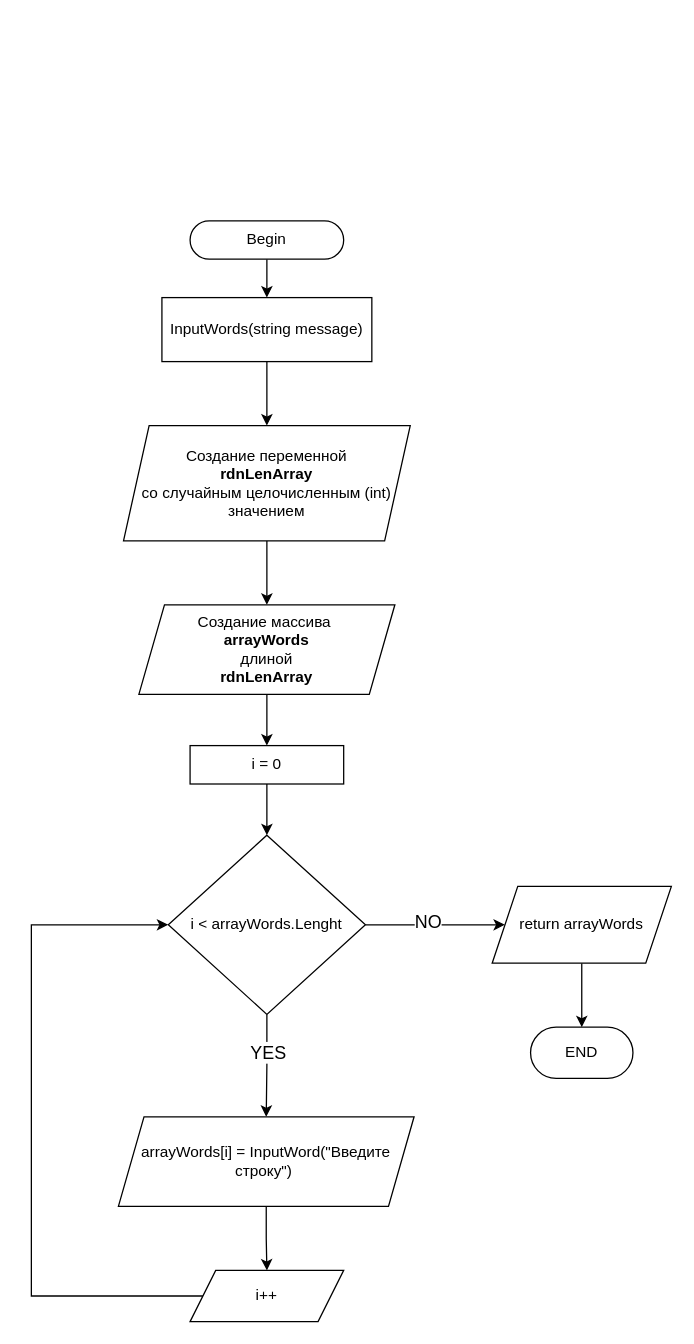
The draw.io diagram Создание массива.drawio in Grandhald/final_work_on_the_main_block, before the edit. Source tidied: cells renumbered, new cells numbered last; positions are measured from the earlier drawing's top-left corner, leaving out a move shared by most shapes. Both pictures are drawn from the tidied source at 128%, with x=0, y=0 at pixel (31, 220).
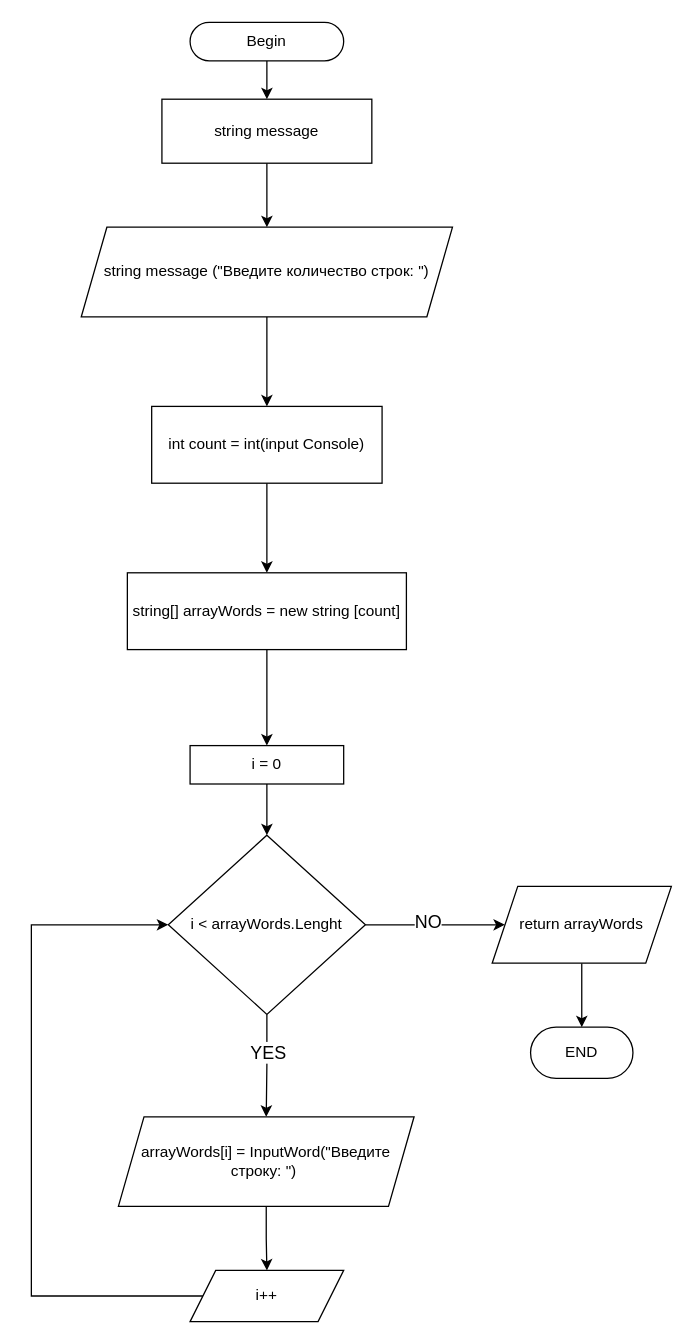
The same diagram, later.

Commit message:
changing the scheme of the algorithm according to the code

The change refers to these unchanged cells:
```xml
<mxCell id="9" value="i = 0" style="rounded=0;whiteSpace=wrap;html=1;" parent="1" vertex="1">
  <mxGeometry x="124" y="410" width="120" height="30" as="geometry" />
</mxCell>
```

The edit, as a diff of the source:
```diff
@@
     <mxCell id="3" value="Begin" style="rounded=1;whiteSpace=wrap;html=1;arcSize=50;" parent="1" vertex="1">
-      <mxGeometry x="124" width="120" height="30" as="geometry" />
+      <mxGeometry x="124" y="-155" width="120" height="30" as="geometry" />
     </mxCell>
-    <mxCell id="4" style="edgeStyle=orthogonalEdgeStyle;rounded=0;jettySize=auto;html=1;exitX=0.5;exitY=1;exitDx=0;exitDy=0;entryX=0.5;entryY=0;entryDx=0;entryDy=0;" parent="1" edge="1" source="5" target="7">
-      <mxGeometry relative="1" as="geometry" />
-    </mxCell>
+    <mxCell id="24" style="edgeStyle=orthogonalEdgeStyle;rounded=0;jettySize=auto;html=1;exitX=0.5;exitY=1;exitDx=0;exitDy=0;entryX=0.5;entryY=0;entryDx=0;entryDy=0;" parent="1" edge="1" source="5" target="26">
+      <mxGeometry relative="1" as="geometry" />
+    </mxCell>
-    <mxCell id="5" value="Создание переменной&lt;br&gt;&lt;b&gt;rdnLenArray&lt;/b&gt;&lt;br&gt;со случайным целочисленным (int)&lt;br&gt;значением" style="shape=parallelogram;perimeter=parallelogramPerimeter;whiteSpace=wrap;html=1;fixedSize=1;" parent="1" vertex="1">
-      <mxGeometry x="72" y="160" width="224" height="90" as="geometry" />
+    <mxCell id="5" value="string message (&quot;Введите количество строк: &quot;)" style="shape=parallelogram;perimeter=parallelogramPerimeter;whiteSpace=wrap;html=1;fixedSize=1;" parent="1" vertex="1">
+      <mxGeometry x="39" y="5" width="290" height="70" as="geometry" />
     </mxCell>
-    <mxCell id="6" style="edgeStyle=orthogonalEdgeStyle;rounded=0;jettySize=auto;html=1;exitX=0.5;exitY=1;exitDx=0;exitDy=0;" parent="1" edge="1" source="7" target="9">
-      <mxGeometry relative="1" as="geometry" />
-    </mxCell>
-    <mxCell id="7" value="Создание массива&amp;nbsp;&lt;br&gt;&lt;b&gt;arrayWords&lt;br&gt;&lt;/b&gt;длиной&lt;br&gt;&lt;b&gt;rdnLenArray&lt;/b&gt;" style="shape=parallelogram;perimeter=parallelogramPerimeter;whiteSpace=wrap;html=1;fixedSize=1;" parent="1" vertex="1">
-      <mxGeometry x="84" y="300" width="200" height="70" as="geometry" />
-    </mxCell>
@@
-    <mxCell id="16" value="arrayWords[i] = InputWord(&quot;Введите строку&quot;)&amp;nbsp;" style="shape=parallelogram;perimeter=parallelogramPerimeter;whiteSpace=wrap;html=1;fixedSize=1;" parent="1" vertex="1">
+    <mxCell id="16" value="arrayWords[i] = InputWord(&quot;Введите строку: &quot;)&amp;nbsp;" style="shape=parallelogram;perimeter=parallelogramPerimeter;whiteSpace=wrap;html=1;fixedSize=1;" parent="1" vertex="1">
       <mxGeometry x="68" y="700" width="231" height="70" as="geometry" />
     </mxCell>
@@
-    <mxCell id="18" value="InputWords(string message)" style="rounded=0;whiteSpace=wrap;html=1;" parent="1" vertex="1">
-      <mxGeometry x="102" y="60" width="164" height="50" as="geometry" />
+    <mxCell id="18" value="string message" style="rounded=0;whiteSpace=wrap;html=1;" parent="1" vertex="1">
+      <mxGeometry x="102" y="-95" width="164" height="50" as="geometry" />
     </mxCell>
@@
+    <mxCell id="25" style="edgeStyle=orthogonalEdgeStyle;rounded=0;jettySize=auto;html=1;exitX=0.5;exitY=1;exitDx=0;exitDy=0;entryX=0.5;entryY=0;entryDx=0;entryDy=0;" parent="1" edge="1" source="26" target="28">
+      <mxGeometry relative="1" as="geometry" />
+    </mxCell>
+    <mxCell id="26" value="int count = int(input Console)" style="rounded=0;whiteSpace=wrap;html=1;" parent="1" vertex="1">
+      <mxGeometry x="94" y="145" width="180" height="60" as="geometry" />
+    </mxCell>
+    <mxCell id="27" style="edgeStyle=orthogonalEdgeStyle;rounded=0;jettySize=auto;html=1;exitX=0.5;exitY=1;exitDx=0;exitDy=0;entryX=0.5;entryY=0;entryDx=0;entryDy=0;" parent="1" edge="1" source="28" target="9">
+      <mxGeometry relative="1" as="geometry" />
+    </mxCell>
+    <mxCell id="28" value="string[] arrayWords = new string [count]" style="rounded=0;whiteSpace=wrap;html=1;" parent="1" vertex="1">
+      <mxGeometry x="75" y="275" width="218" height="60" as="geometry" />
+    </mxCell>
```
